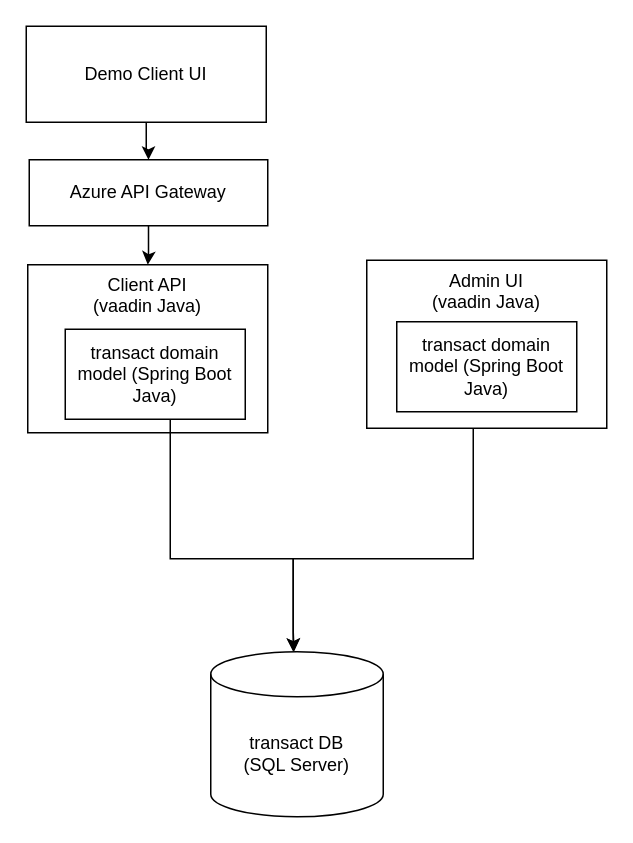
FreeSideNomad/Architecture keeps this draw.io diagram as page "Logical view" (1 of 2) of TransactR.drawio. Above is the earlier version. Source tidied: cells renumbered, new cells numbered last; positions are measured from the earlier drawing's top-left corner, leaving out a move shared by most shapes. Both pictures are drawn from the tidied source at 150%, with x=0, y=0 at pixel (26, 26).
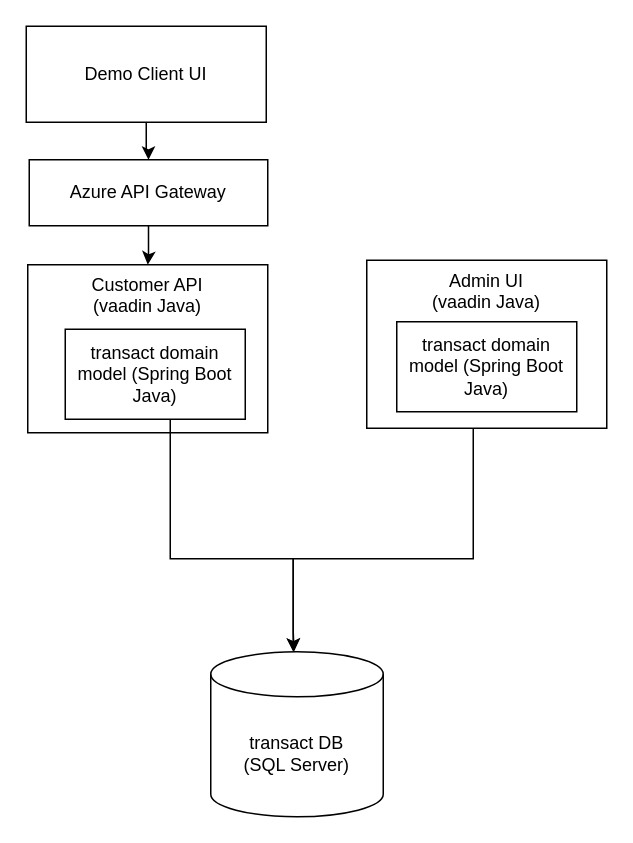
Above is the later version.

Change to the diagram source:
```diff
@@
 <mxGraphModel>
   <root>
     <mxCell id="0" />
     <mxCell id="1" parent="0" />
     <mxCell id="2" style="edgeStyle=orthogonalEdgeStyle;rounded=0;orthogonalLoop=1;jettySize=auto;html=1;exitX=0.5;exitY=1;exitDx=0;exitDy=0;entryX=0.5;entryY=0;entryDx=0;entryDy=0;entryPerimeter=0;" parent="1" edge="1">
       <mxGeometry relative="1" as="geometry">
         <mxPoint x="298" y="174" as="sourcePoint" />
         <mxPoint x="178.5" y="417" as="targetPoint" />
         <Array as="points">
           <mxPoint x="298" y="355" />
           <mxPoint x="178" y="355" />
           <mxPoint x="178" y="404" />
           <mxPoint x="178" y="404" />
         </Array>
       </mxGeometry>
     </mxCell>
     <mxCell id="3" value="Admin UI&lt;br&gt;(vaadin Java)" style="rounded=0;whiteSpace=wrap;html=1;horizontal=1;verticalAlign=top;" parent="1" vertex="1">
       <mxGeometry x="227" y="156" width="160" height="112" as="geometry" />
     </mxCell>
     <mxCell id="4" value="transact DB&lt;div&gt;(SQL Server)&lt;/div&gt;" style="shape=cylinder3;whiteSpace=wrap;html=1;boundedLbl=1;backgroundOutline=1;size=15;" parent="1" vertex="1">
       <mxGeometry x="123" y="417" width="115" height="110" as="geometry" />
     </mxCell>
     <mxCell id="5" value="transact domain model (Spring Boot Java)" style="rounded=0;whiteSpace=wrap;html=1;" parent="1" vertex="1">
       <mxGeometry x="247" y="197" width="120" height="60" as="geometry" />
     </mxCell>
-    <mxCell id="6" value="Client API&lt;br&gt;(vaadin Java)" style="rounded=0;whiteSpace=wrap;html=1;horizontal=1;verticalAlign=top;" parent="1" vertex="1">
+    <mxCell id="6" value="Customer API&lt;br&gt;(vaadin Java)" style="rounded=0;whiteSpace=wrap;html=1;horizontal=1;verticalAlign=top;" parent="1" vertex="1">
       <mxGeometry x="1" y="159" width="160" height="112" as="geometry" />
     </mxCell>
     <mxCell id="7" style="edgeStyle=orthogonalEdgeStyle;rounded=0;jettySize=auto;html=1;" parent="1" edge="1" source="8" target="4">
       <mxGeometry relative="1" as="geometry">
         <Array as="points">
           <mxPoint x="96" y="355" />
           <mxPoint x="178" y="355" />
         </Array>
       </mxGeometry>
     </mxCell>
     <mxCell id="8" value="transact domain model (Spring Boot Java)" style="rounded=0;whiteSpace=wrap;html=1;" parent="1" vertex="1">
       <mxGeometry x="26" y="202" width="120" height="60" as="geometry" />
     </mxCell>
     <mxCell id="9" style="edgeStyle=orthogonalEdgeStyle;rounded=0;jettySize=auto;html=1;entryX=0.5;entryY=0;entryDx=0;entryDy=0;" parent="1" edge="1" source="10" target="6">
       <mxGeometry relative="1" as="geometry" />
     </mxCell>
     <mxCell id="10" value="Azure API Gateway" style="rounded=0;whiteSpace=wrap;html=1;" parent="1" vertex="1">
       <mxGeometry x="2" y="89" width="159" height="44" as="geometry" />
     </mxCell>
     <mxCell id="11" style="edgeStyle=orthogonalEdgeStyle;rounded=0;jettySize=auto;html=1;exitX=0.5;exitY=1;exitDx=0;exitDy=0;" parent="1" edge="1" source="12" target="10">
       <mxGeometry relative="1" as="geometry" />
     </mxCell>
     <mxCell id="12" value="Demo Client UI" style="rounded=0;whiteSpace=wrap;html=1;horizontal=1;verticalAlign=middle;" parent="1" vertex="1">
       <mxGeometry width="160" height="64" as="geometry" />
     </mxCell>
   </root>
 </mxGraphModel>
```
